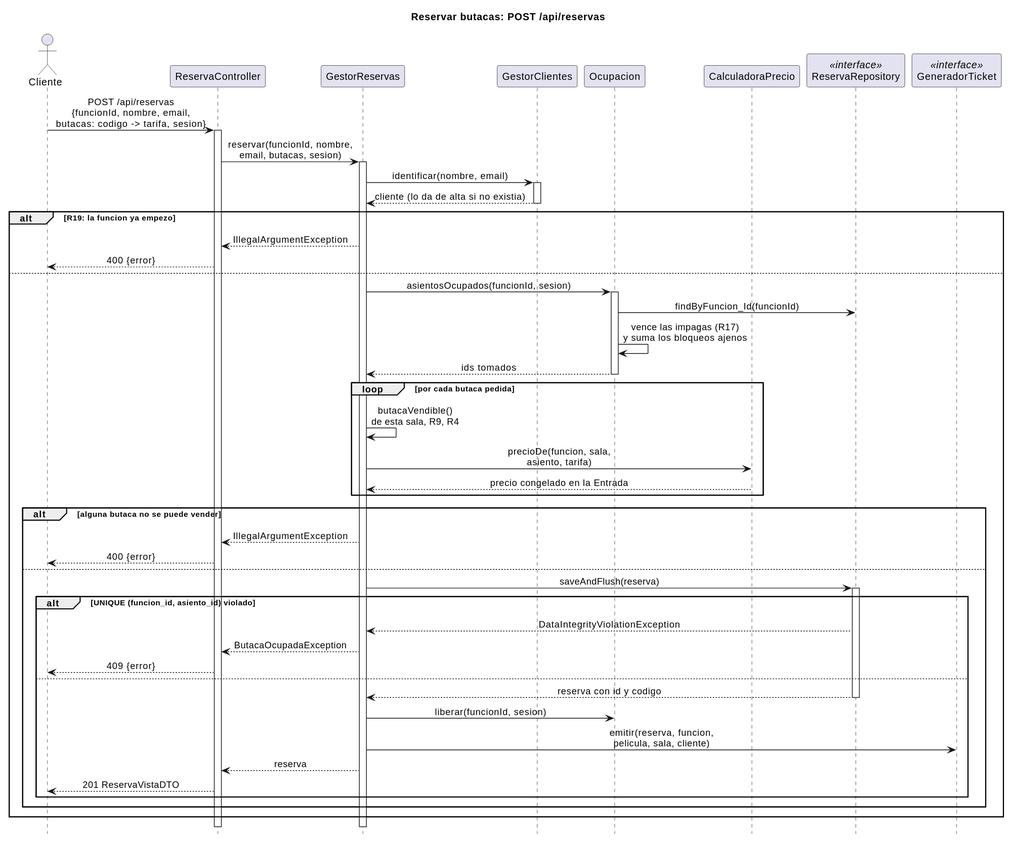
Earlier version of the PlantUML export _other/docs/diagramas/secuencia-reserva.svg (andreiveisuade/cine-uade).
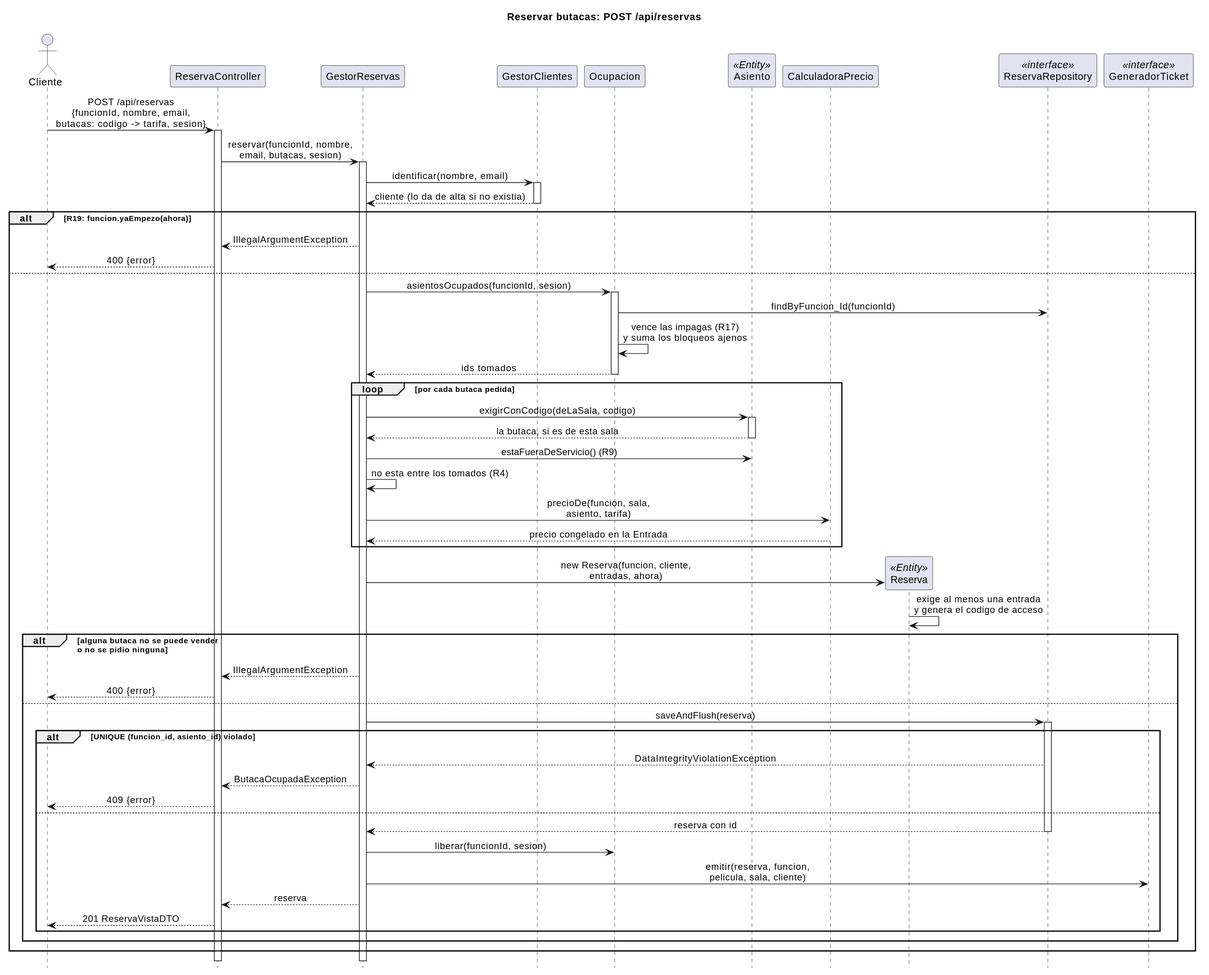
Above is the later version.

The edit, as a diff of the source:
```diff
@@ -9,7 +9,9 @@
 participant "GestorReservas" as Gestor
 participant "GestorClientes" as Clientes
 participant "Ocupacion" as Ocupacion
+participant "Asiento" as Asiento <<Entity>>
 participant "CalculadoraPrecio" as Precio
+participant "Reserva" as Reserva <<Entity>>
 participant "ReservaRepository" as Repo <<interface>>
 participant "GeneradorTicket" as Ticket <<interface>>
 
@@ -23,7 +25,7 @@
 Clientes --> Gestor : cliente (lo da de alta si no existia)
 deactivate Clientes
 
-alt R19: la funcion ya empezo
+alt R19: funcion.yaEmpezo(ahora)
   Gestor --> Ctrl : IllegalArgumentException
   Ctrl --> Cliente : 400 {error}
 else
@@ -35,12 +37,21 @@
   deactivate Ocupacion
 
   loop por cada butaca pedida
-    Gestor -> Gestor : butacaVendible()\nde esta sala, R9, R4
+    Gestor -> Asiento : exigirConCodigo(deLaSala, codigo)
+    activate Asiento
+    Asiento --> Gestor : la butaca, si es de esta sala
+    deactivate Asiento
+    Gestor -> Asiento : estaFueraDeServicio() (R9)
+    Gestor -> Gestor : no esta entre los tomados (R4)
     Gestor -> Precio : precioDe(funcion, sala,\nasiento, tarifa)
     Precio --> Gestor : precio congelado en la Entrada
   end
 
-  alt alguna butaca no se puede vender
+  create Reserva
+  Gestor -> Reserva : new Reserva(funcion, cliente,\nentradas, ahora)
+  Reserva -> Reserva : exige al menos una entrada\ny genera el codigo de acceso
+
+  alt alguna butaca no se puede vender\no no se pidio ninguna
     Gestor --> Ctrl : IllegalArgumentException
     Ctrl --> Cliente : 400 {error}
   else
@@ -51,7 +62,7 @@
       Gestor --> Ctrl : ButacaOcupadaException
       Ctrl --> Cliente : 409 {error}
     else
-      Repo --> Gestor : reserva con id y codigo
+      Repo --> Gestor : reserva con id
       deactivate Repo
       Gestor -> Ocupacion : liberar(funcionId, sesion)
       Gestor -> Ticket : emitir(reserva, funcion,\npelicula, sala, cliente)
```
